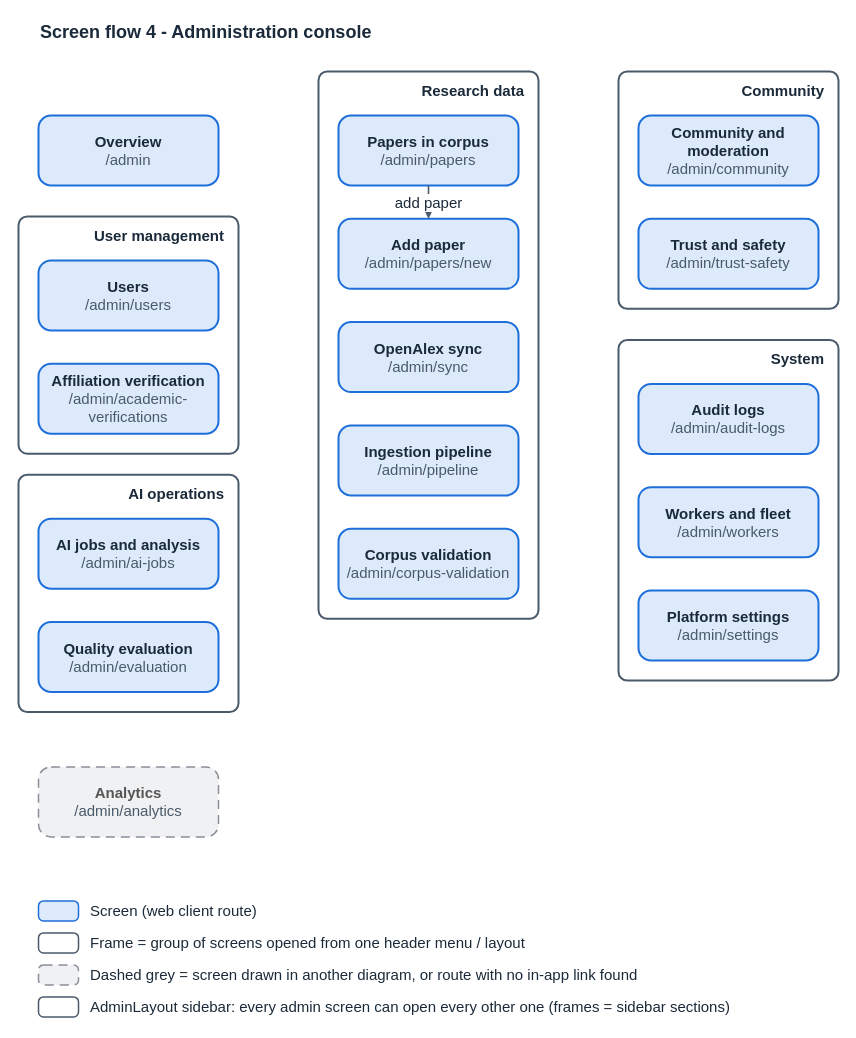
Above: docs/diagrams/report3/R3_ScreenFlow_4_Admin.drawio in Khoa-Hoa-Technology-Solution-Company/lumi-gap (draw.io), before the change. Source tidied: cells renumbered, new cells numbered last; positions are measured from the earlier drawing's top-left corner, leaving out a move shared by most shapes. Both pictures are drawn from the tidied source at 100%, with x=0, y=0 at pixel (18, 17).
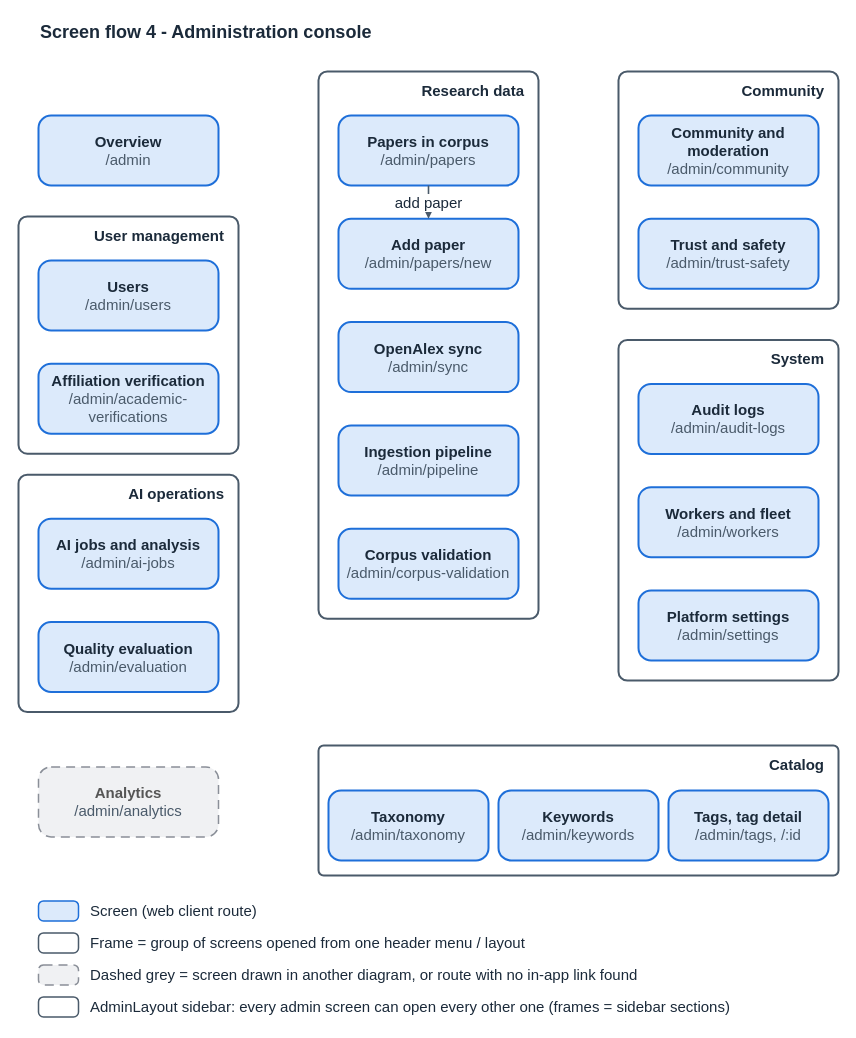
Above is the later version.

What changed in the source:
```diff
@@
+    <mxCell id="33" value="Catalog" style="rounded=1;arcSize=4;whiteSpace=wrap;html=1;fillColor=none;strokeColor=#4A5A6A;strokeWidth=2;verticalAlign=top;align=right;spacingRight=12;spacingTop=4;fontSize=15;fontStyle=1;fontColor=#1B2A3A;" parent="1" vertex="1">
+      <mxGeometry x="300" y="728" width="520" height="130" as="geometry" />
+    </mxCell>
+    <mxCell id="34" value="&lt;b&gt;Taxonomy&lt;/b&gt;&lt;br&gt;&lt;font color=&quot;#4A5A6A&quot;&gt;/admin/taxonomy&lt;/font&gt;" style="rounded=1;arcSize=18;whiteSpace=wrap;html=1;fillColor=#DCEAFB;strokeColor=#1E6FD9;strokeWidth=2;fontSize=15;fontColor=#1B2A3A;" parent="1" vertex="1">
+      <mxGeometry x="310" y="773" width="160" height="70" as="geometry" />
+    </mxCell>
+    <mxCell id="35" value="&lt;b&gt;Keywords&lt;/b&gt;&lt;br&gt;&lt;font color=&quot;#4A5A6A&quot;&gt;/admin/keywords&lt;/font&gt;" style="rounded=1;arcSize=18;whiteSpace=wrap;html=1;fillColor=#DCEAFB;strokeColor=#1E6FD9;strokeWidth=2;fontSize=15;fontColor=#1B2A3A;" parent="1" vertex="1">
+      <mxGeometry x="480" y="773" width="160" height="70" as="geometry" />
+    </mxCell>
+    <mxCell id="36" value="&lt;b&gt;Tags, tag detail&lt;/b&gt;&lt;br&gt;&lt;font color=&quot;#4A5A6A&quot;&gt;/admin/tags, /:id&lt;/font&gt;" style="rounded=1;arcSize=18;whiteSpace=wrap;html=1;fillColor=#DCEAFB;strokeColor=#1E6FD9;strokeWidth=2;fontSize=15;fontColor=#1B2A3A;" parent="1" vertex="1">
+      <mxGeometry x="650" y="773" width="160" height="70" as="geometry" />
+    </mxCell>
```
